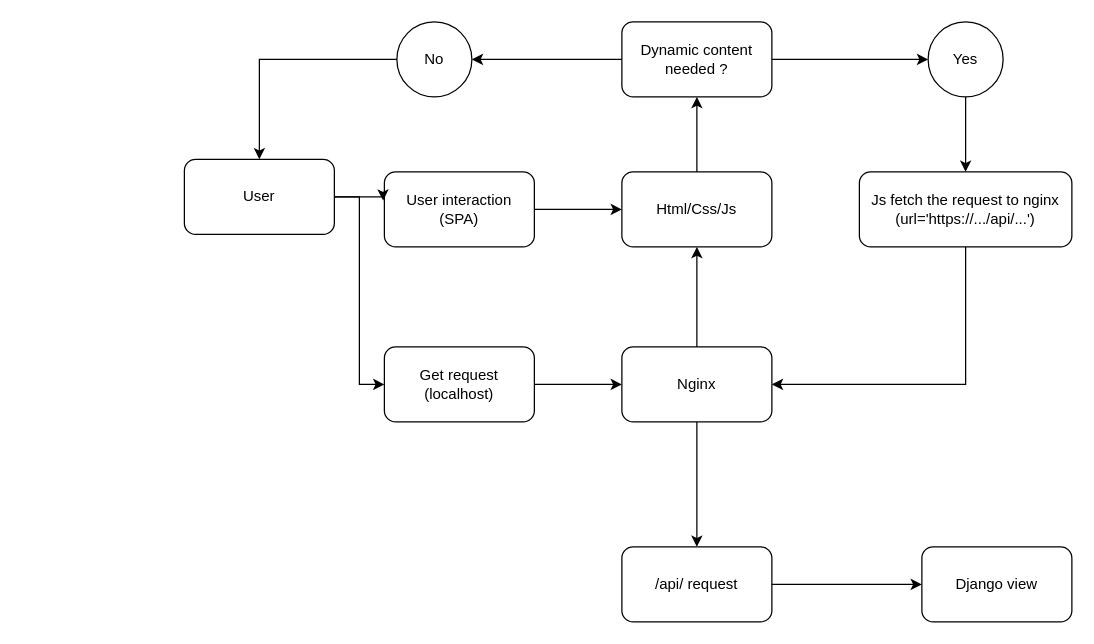
Earlier version of the draw.io diagram Diagram.drawio (DenisClerbois/Transcendence). Source tidied: cells renumbered, new cells numbered last; positions are measured from the earlier drawing's top-left corner, leaving out a move shared by most shapes. Both pictures are drawn from the tidied source at 125%, with x=0, y=0 at pixel (184, 21).
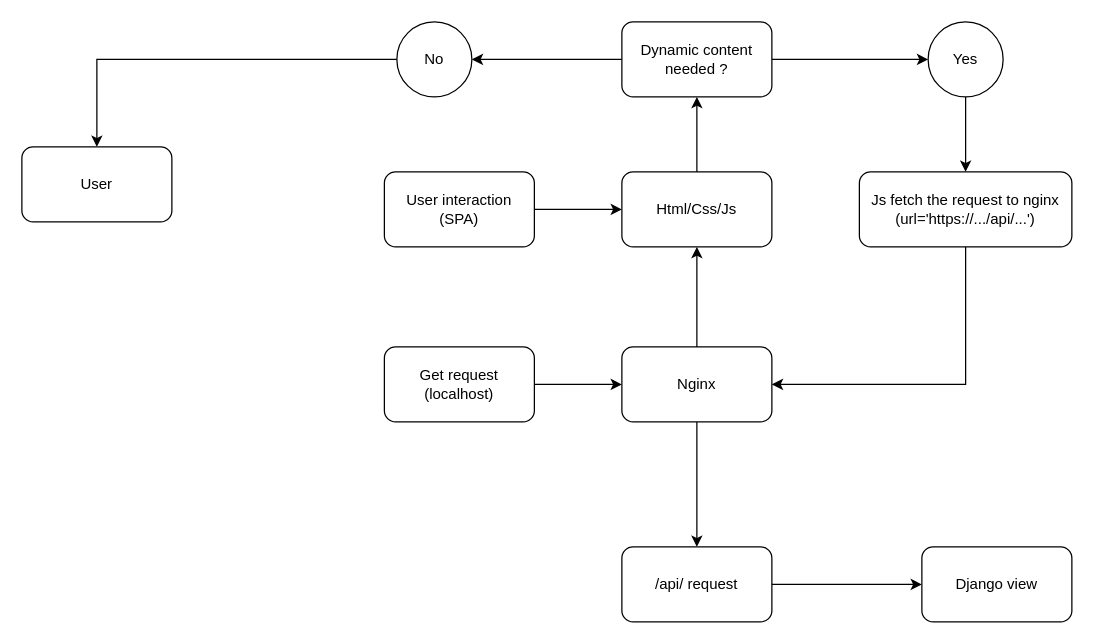
The same page after the edit.

Unchanged cells that the change refers to:
```xml
<mxCell id="19" value="Get request (localhost)" style="rounded=1;whiteSpace=wrap;html=1;" parent="1" vertex="1">
  <mxGeometry x="160" y="260" width="120" height="60" as="geometry" />
</mxCell>
<mxCell id="24" value="User interaction (SPA)" style="rounded=1;whiteSpace=wrap;html=1;" parent="1" vertex="1">
  <mxGeometry x="160" y="120" width="120" height="60" as="geometry" />
</mxCell>
```

Diff of the diagram source:
```diff
@@
-    <mxCell id="2" style="edgeStyle=orthogonalEdgeStyle;rounded=0;jettySize=auto;html=1;exitX=1;exitY=0.5;exitDx=0;exitDy=0;entryX=0;entryY=0.5;entryDx=0;entryDy=0;" parent="1" edge="1" source="3" target="19">
-      <mxGeometry relative="1" as="geometry">
-        <Array as="points">
-          <mxPoint x="140" y="140" />
-          <mxPoint x="140" y="290" />
-        </Array>
-      </mxGeometry>
-    </mxCell>
     <mxCell id="3" value="User" style="rounded=1;whiteSpace=wrap;html=1;" parent="1" vertex="1">
-      <mxGeometry y="110" width="120" height="60" as="geometry" />
+      <mxGeometry x="-130" y="100" width="120" height="60" as="geometry" />
     </mxCell>
@@
-    <mxCell id="25" style="edgeStyle=orthogonalEdgeStyle;rounded=0;jettySize=auto;html=1;exitX=1;exitY=0.5;exitDx=0;exitDy=0;entryX=-0.008;entryY=0.383;entryDx=0;entryDy=0;entryPerimeter=0;" parent="1" edge="1" source="3" target="24">
-      <mxGeometry relative="1" as="geometry" />
-    </mxCell>
```
